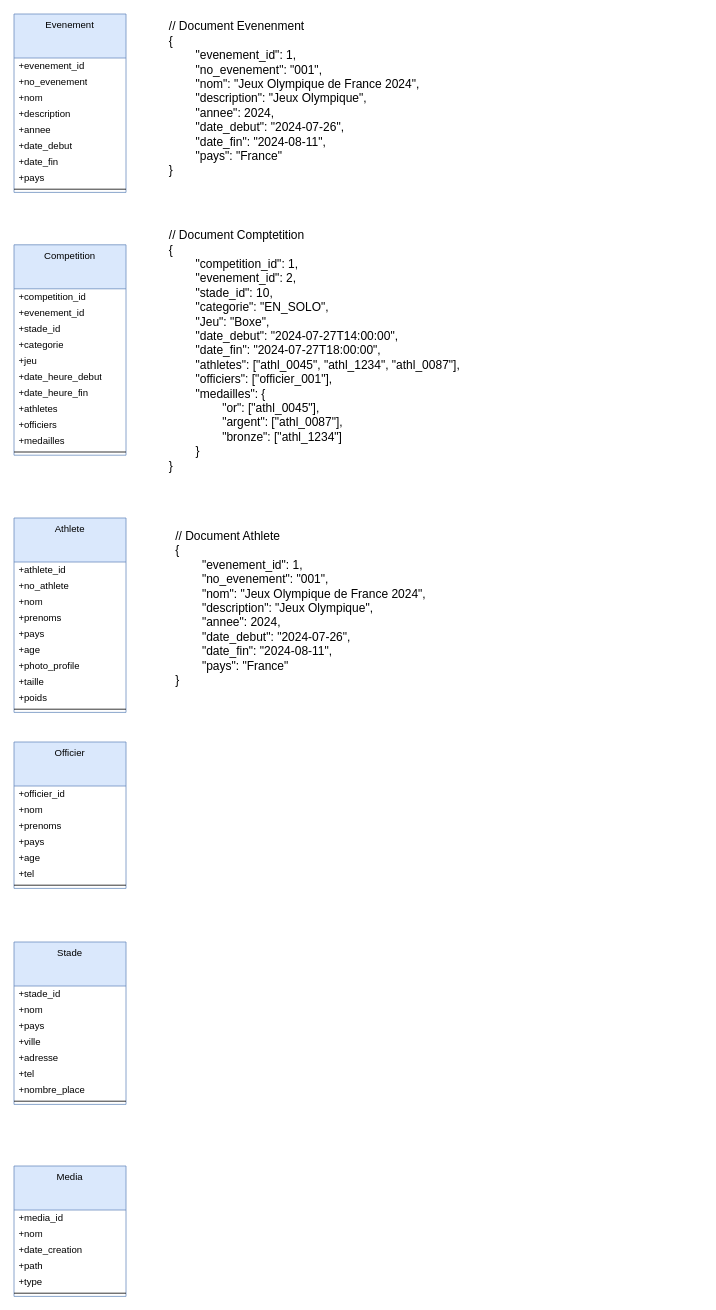
Kaji17/Diagramme-UML keeps this draw.io diagram as nosql.drawio. Above is the earlier version. Source tidied: cells renumbered, new cells numbered last; positions are measured from the earlier drawing's top-left corner, leaving out a move shared by most shapes. Both pictures are drawn from the tidied source at 80%, with x=0, y=0 at pixel (14, 14).
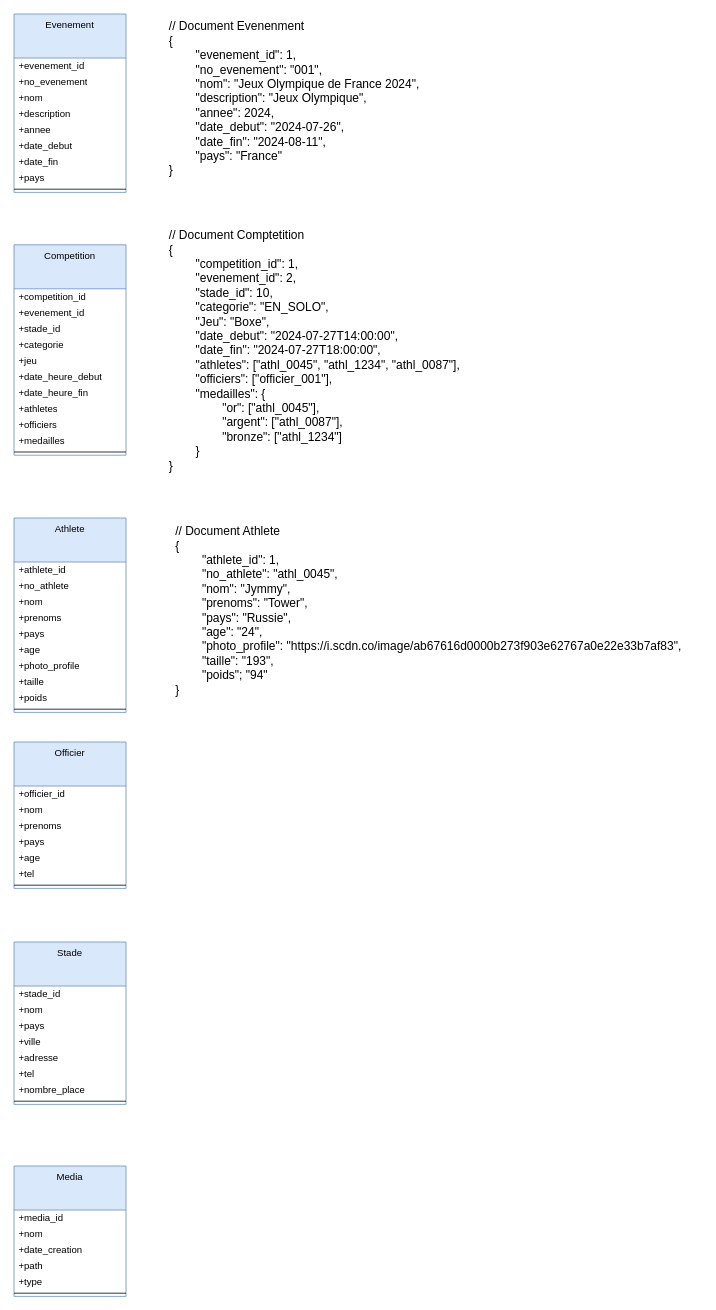
The same diagram, later.

Commit message (it also covers changes not shown here):
Mettre à jour nosql.drawio

Change to the diagram source:
```diff
@@
-    <mxCell id="61" value="&lt;div style=&quot;font-size: 15px;&quot;&gt;&lt;span style=&quot;background-color: initial;&quot;&gt;&lt;font style=&quot;font-size: 15px;&quot;&gt;// Document Athlete&lt;/font&gt;&lt;/span&gt;&lt;/div&gt;&lt;div style=&quot;font-size: 15px;&quot;&gt;&lt;span style=&quot;background-color: initial;&quot;&gt;&lt;font style=&quot;font-size: 15px;&quot;&gt;{&lt;/font&gt;&lt;/span&gt;&lt;/div&gt;&lt;div style=&quot;font-size: 15px;&quot;&gt;&lt;span style=&quot;background-color: initial;&quot; class=&quot;hljs-attr&quot;&gt;&lt;span style=&quot;white-space-collapse: preserve;&quot;&gt;&#9;&lt;/span&gt;&quot;evenement_id&quot;&lt;/span&gt;&lt;span style=&quot;background-color: initial;&quot; class=&quot;hljs-punctuation&quot;&gt;:&lt;/span&gt;&lt;span style=&quot;background-color: initial;&quot;&gt;&amp;nbsp;1&lt;/span&gt;&lt;span style=&quot;background-color: initial;&quot; class=&quot;hljs-punctuation&quot;&gt;,&lt;/span&gt;&lt;/div&gt;&lt;span style=&quot;font-size: 15px;&quot; class=&quot;hljs-attr&quot;&gt;&lt;/span&gt;&lt;div style=&quot;font-size: 15px;&quot;&gt;&lt;font style=&quot;font-size: 15px;&quot;&gt;&lt;span style=&quot;background-color: initial;&quot; class=&quot;hljs-attr&quot;&gt;&lt;span style=&quot;white-space: pre;&quot;&gt;&#9;&lt;/span&gt;&quot;no_evenement&quot;&lt;/span&gt;&lt;span style=&quot;background-color: initial;&quot; class=&quot;hljs-punctuation&quot;&gt;:&lt;/span&gt;&lt;span style=&quot;background-color: initial;&quot;&gt; &lt;/span&gt;&lt;span style=&quot;background-color: initial;&quot; class=&quot;hljs-string&quot;&gt;&quot;001&quot;&lt;/span&gt;&lt;span style=&quot;background-color: initial;&quot; class=&quot;hljs-punctuation&quot;&gt;,&lt;/span&gt;&lt;/font&gt;&lt;/div&gt;&lt;div style=&quot;font-size: 15px;&quot;&gt;&lt;font style=&quot;font-size: 15px;&quot;&gt;&lt;span style=&quot;background-color: initial;&quot; class=&quot;hljs-punctuation&quot;&gt;&lt;span style=&quot;white-space: pre;&quot;&gt;&#9;&lt;/span&gt;&quot;nom&quot;: &quot;Jeux Olympique de France 2024&quot;,&lt;br&gt;&lt;/span&gt;&lt;/font&gt;&lt;/div&gt;&lt;div style=&quot;font-size: 15px;&quot;&gt;&lt;font style=&quot;font-size: 15px;&quot;&gt;&lt;span style=&quot;background-color: initial;&quot; class=&quot;hljs-punctuation&quot;&gt;&lt;span style=&quot;white-space: pre;&quot;&gt;&#9;&lt;/span&gt;&quot;description&quot;: &quot;Jeux Olympique&quot;,&lt;br&gt;&lt;/span&gt;&lt;/font&gt;&lt;/div&gt;    &lt;span style=&quot;font-size: 15px;&quot; class=&quot;hljs-attr&quot;&gt;&lt;div style=&quot;&quot;&gt;&lt;font style=&quot;font-size: 15px;&quot;&gt;&lt;span style=&quot;background-color: initial;&quot; class=&quot;hljs-attr&quot;&gt;&lt;span style=&quot;white-space: pre;&quot;&gt;&#9;&lt;/span&gt;&quot;annee&quot;&lt;/span&gt;&lt;span style=&quot;background-color: initial;&quot; class=&quot;hljs-punctuation&quot;&gt;:&lt;/span&gt;&lt;span style=&quot;background-color: initial;&quot;&gt; &lt;/span&gt;&lt;span style=&quot;background-color: initial;&quot; class=&quot;hljs-number&quot;&gt;2024&lt;/span&gt;&lt;span style=&quot;background-color: initial;&quot; class=&quot;hljs-punctuation&quot;&gt;,&lt;/span&gt;&lt;/font&gt;&lt;/div&gt;&lt;/span&gt;&lt;div style=&quot;font-size: 15px;&quot;&gt;&lt;font style=&quot;font-size: 15px;&quot;&gt;&lt;span style=&quot;background-color: initial;&quot; class=&quot;hljs-attr&quot;&gt;&lt;span style=&quot;white-space: pre;&quot;&gt;&#9;&lt;/span&gt;&quot;date_debut&quot;&lt;/span&gt;&lt;span style=&quot;background-color: initial;&quot; class=&quot;hljs-punctuation&quot;&gt;:&lt;/span&gt;&lt;span style=&quot;background-color: initial;&quot;&gt; &lt;/span&gt;&lt;span style=&quot;background-color: initial;&quot; class=&quot;hljs-string&quot;&gt;&quot;2024-07-26&quot;&lt;/span&gt;&lt;span style=&quot;background-color: initial;&quot; class=&quot;hljs-punctuation&quot;&gt;,&lt;/span&gt;&lt;/font&gt;&lt;/div&gt;    &lt;span style=&quot;font-size: 15px;&quot; class=&quot;hljs-attr&quot;&gt;&lt;div style=&quot;&quot;&gt;&lt;font style=&quot;font-size: 15px;&quot;&gt;&lt;span style=&quot;background-color: initial;&quot; class=&quot;hljs-attr&quot;&gt;&lt;span style=&quot;white-space: pre;&quot;&gt;&#9;&lt;/span&gt;&quot;date_fin&quot;&lt;/span&gt;&lt;span style=&quot;background-color: initial;&quot; class=&quot;hljs-punctuation&quot;&gt;:&lt;/span&gt;&lt;span style=&quot;background-color: initial;&quot;&gt; &lt;/span&gt;&lt;span style=&quot;background-color: initial;&quot; class=&quot;hljs-string&quot;&gt;&quot;2024-08-11&quot;&lt;/span&gt;&lt;span style=&quot;background-color: initial;&quot; class=&quot;hljs-punctuation&quot;&gt;,&lt;/span&gt;&lt;/font&gt;&lt;/div&gt;&lt;/span&gt;&lt;div style=&quot;font-size: 15px;&quot;&gt;&lt;font style=&quot;font-size: 15px;&quot;&gt;&lt;span style=&quot;background-color: initial;&quot; class=&quot;hljs-attr&quot;&gt;&lt;span style=&quot;white-space: pre;&quot;&gt;&#9;&lt;/span&gt;&quot;pays&quot;&lt;/span&gt;&lt;span style=&quot;background-color: initial;&quot; class=&quot;hljs-punctuation&quot;&gt;:&lt;/span&gt;&lt;span style=&quot;background-color: initial;&quot;&gt; &lt;/span&gt;&lt;span style=&quot;background-color: initial;&quot; class=&quot;hljs-string&quot;&gt;&quot;France&quot;&lt;/span&gt;&lt;/font&gt;&lt;/div&gt;  &lt;span style=&quot;font-size: 15px;&quot; class=&quot;hljs-punctuation&quot;&gt;&lt;div style=&quot;&quot;&gt;&lt;span style=&quot;background-color: initial;&quot;&gt;&lt;font style=&quot;font-size: 15px;&quot;&gt;}&lt;/font&gt;&lt;/span&gt;&lt;/div&gt;&lt;/span&gt;" style="text;html=1;align=left;verticalAlign=middle;strokeColor=none;fillColor=none;" parent="1" vertex="1">
-      <mxGeometry x="200" y="636.5" width="340" height="210" as="geometry" />
+    <mxCell id="61" value="&lt;div style=&quot;font-size: 15px;&quot;&gt;&lt;span style=&quot;background-color: initial;&quot;&gt;&lt;font style=&quot;font-size: 15px;&quot;&gt;// Document Athlete&lt;/font&gt;&lt;/span&gt;&lt;/div&gt;&lt;div style=&quot;font-size: 15px;&quot;&gt;&lt;span style=&quot;background-color: initial;&quot;&gt;&lt;font style=&quot;font-size: 15px;&quot;&gt;{&lt;/font&gt;&lt;/span&gt;&lt;/div&gt;&lt;div style=&quot;font-size: 15px;&quot;&gt;&lt;span style=&quot;background-color: initial;&quot; class=&quot;hljs-attr&quot;&gt;&lt;span style=&quot;white-space-collapse: preserve;&quot;&gt;&#9;&lt;/span&gt;&quot;athlete_id&quot;&lt;/span&gt;&lt;span style=&quot;background-color: initial;&quot; class=&quot;hljs-punctuation&quot;&gt;:&lt;/span&gt;&lt;span style=&quot;background-color: initial;&quot;&gt;&amp;nbsp;1&lt;/span&gt;&lt;span style=&quot;background-color: initial;&quot; class=&quot;hljs-punctuation&quot;&gt;,&lt;/span&gt;&lt;/div&gt;&lt;span style=&quot;font-size: 15px;&quot; class=&quot;hljs-attr&quot;&gt;&lt;/span&gt;&lt;div style=&quot;font-size: 15px;&quot;&gt;&lt;font style=&quot;font-size: 15px;&quot;&gt;&lt;span style=&quot;background-color: initial;&quot; class=&quot;hljs-attr&quot;&gt;&lt;span style=&quot;white-space: pre;&quot;&gt;&#9;&lt;/span&gt;&quot;no_athlete&quot;&lt;/span&gt;&lt;span style=&quot;background-color: initial;&quot; class=&quot;hljs-punctuation&quot;&gt;:&lt;/span&gt;&lt;span style=&quot;background-color: initial;&quot;&gt; &lt;/span&gt;&lt;span style=&quot;background-color: initial;&quot; class=&quot;hljs-string&quot;&gt;&quot;athl_0045&quot;&lt;/span&gt;&lt;span style=&quot;background-color: initial;&quot; class=&quot;hljs-punctuation&quot;&gt;,&lt;/span&gt;&lt;/font&gt;&lt;/div&gt;&lt;div style=&quot;font-size: 15px;&quot;&gt;&lt;font style=&quot;font-size: 15px;&quot;&gt;&lt;span style=&quot;background-color: initial;&quot; class=&quot;hljs-punctuation&quot;&gt;&lt;span style=&quot;white-space: pre;&quot;&gt;&#9;&lt;/span&gt;&quot;nom&quot;: &quot;Jymmy&quot;,&lt;br&gt;&lt;/span&gt;&lt;/font&gt;&lt;/div&gt;&lt;div style=&quot;font-size: 15px;&quot;&gt;&lt;font style=&quot;font-size: 15px;&quot;&gt;&lt;span style=&quot;background-color: initial;&quot; class=&quot;hljs-punctuation&quot;&gt;&lt;span style=&quot;white-space: pre;&quot;&gt;&#9;&lt;/span&gt;&quot;prenoms&quot;: &quot;Tower&quot;,&lt;br&gt;&lt;/span&gt;&lt;/font&gt;&lt;/div&gt;    &lt;span style=&quot;font-size: 15px;&quot; class=&quot;hljs-attr&quot;&gt;&lt;div style=&quot;&quot;&gt;&lt;font style=&quot;font-size: 15px;&quot;&gt;&lt;span style=&quot;background-color: initial;&quot; class=&quot;hljs-attr&quot;&gt;&lt;span style=&quot;white-space: pre;&quot;&gt;&#9;&lt;/span&gt;&quot;pays&quot;&lt;/span&gt;&lt;span style=&quot;background-color: initial;&quot; class=&quot;hljs-punctuation&quot;&gt;:&lt;/span&gt;&lt;span style=&quot;background-color: initial;&quot;&gt; &lt;/span&gt;&lt;span style=&quot;background-color: initial;&quot; class=&quot;hljs-number&quot;&gt;&quot;Russie&quot;&lt;/span&gt;&lt;span style=&quot;background-color: initial;&quot; class=&quot;hljs-punctuation&quot;&gt;,&lt;/span&gt;&lt;/font&gt;&lt;/div&gt;&lt;/span&gt;&lt;div style=&quot;font-size: 15px;&quot;&gt;&lt;font style=&quot;font-size: 15px;&quot;&gt;&lt;span style=&quot;background-color: initial;&quot; class=&quot;hljs-attr&quot;&gt;&lt;span style=&quot;white-space: pre;&quot;&gt;&#9;&lt;/span&gt;&quot;age&quot;&lt;/span&gt;&lt;span style=&quot;background-color: initial;&quot; class=&quot;hljs-punctuation&quot;&gt;:&lt;/span&gt;&lt;span style=&quot;background-color: initial;&quot;&gt; &lt;/span&gt;&lt;span style=&quot;background-color: initial;&quot; class=&quot;hljs-string&quot;&gt;&quot;24&quot;&lt;/span&gt;&lt;span style=&quot;background-color: initial;&quot; class=&quot;hljs-punctuation&quot;&gt;,&lt;/span&gt;&lt;/font&gt;&lt;/div&gt;    &lt;span style=&quot;font-size: 15px;&quot; class=&quot;hljs-attr&quot;&gt;&lt;div style=&quot;&quot;&gt;&lt;font style=&quot;font-size: 15px;&quot;&gt;&lt;span style=&quot;background-color: initial;&quot; class=&quot;hljs-attr&quot;&gt;&lt;span style=&quot;white-space: pre;&quot;&gt;&#9;&lt;/span&gt;&quot;photo_profile&quot;&lt;/span&gt;&lt;span style=&quot;background-color: initial;&quot; class=&quot;hljs-punctuation&quot;&gt;:&lt;/span&gt;&lt;span style=&quot;background-color: initial;&quot;&gt; &lt;/span&gt;&lt;span style=&quot;background-color: initial;&quot; class=&quot;hljs-string&quot;&gt;&quot;https://i.scdn.co/image/ab67616d0000b273f903e62767a0e22e33b7af83&quot;&lt;/span&gt;&lt;span style=&quot;background-color: initial;&quot; class=&quot;hljs-punctuation&quot;&gt;,&lt;/span&gt;&lt;/font&gt;&lt;/div&gt;&lt;/span&gt;&lt;div style=&quot;font-size: 15px;&quot;&gt;&lt;font style=&quot;font-size: 15px;&quot;&gt;&lt;span style=&quot;background-color: initial;&quot; class=&quot;hljs-attr&quot;&gt;&lt;span style=&quot;white-space: pre;&quot;&gt;&#9;&lt;/span&gt;&quot;taille&quot;&lt;/span&gt;&lt;span style=&quot;background-color: initial;&quot; class=&quot;hljs-punctuation&quot;&gt;:&lt;/span&gt;&lt;span style=&quot;background-color: initial;&quot;&gt; &lt;/span&gt;&lt;span style=&quot;background-color: initial;&quot; class=&quot;hljs-string&quot;&gt;&quot;193&quot;,&lt;/span&gt;&lt;/font&gt;&lt;/div&gt;&lt;div style=&quot;font-size: 15px;&quot;&gt;&lt;font style=&quot;font-size: 15px;&quot;&gt;&lt;span style=&quot;background-color: initial;&quot; class=&quot;hljs-string&quot;&gt;&lt;span style=&quot;white-space: pre;&quot;&gt;&#9;&lt;/span&gt;&quot;poids&quot;; &quot;94&quot;&lt;br&gt;&lt;/span&gt;&lt;/font&gt;&lt;/div&gt;  &lt;span style=&quot;font-size: 15px;&quot; class=&quot;hljs-punctuation&quot;&gt;&lt;div style=&quot;&quot;&gt;&lt;span style=&quot;background-color: initial;&quot;&gt;&lt;font style=&quot;font-size: 15px;&quot;&gt;}&lt;/font&gt;&lt;/span&gt;&lt;/div&gt;&lt;/span&gt;" style="text;html=1;align=left;verticalAlign=middle;strokeColor=none;fillColor=none;" parent="1" vertex="1">
+      <mxGeometry x="200" y="630" width="660" height="230" as="geometry" />
     </mxCell>
```
